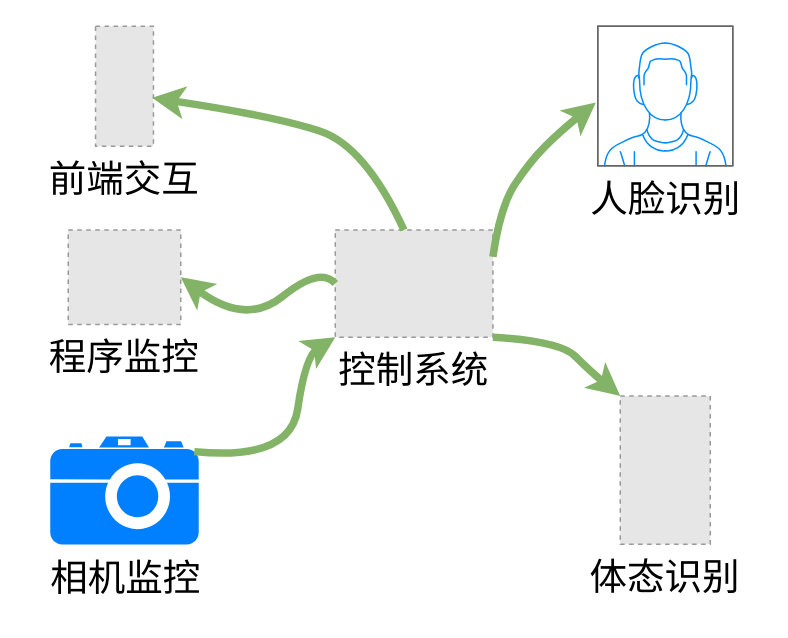
Above: 防沉迷系统开发.drawio in Afeather2017/Afeather-Flowcharts (draw.io), before the change. Source tidied: cells renumbered, new cells numbered last; positions are measured from the earlier drawing's top-left corner, leaving out a move shared by most shapes. Both pictures are drawn from the tidied source at 150%, with x=0, y=0 at pixel (50, 26). Pictures stored in the file or linked from it are replaced by grey dashed boxes.
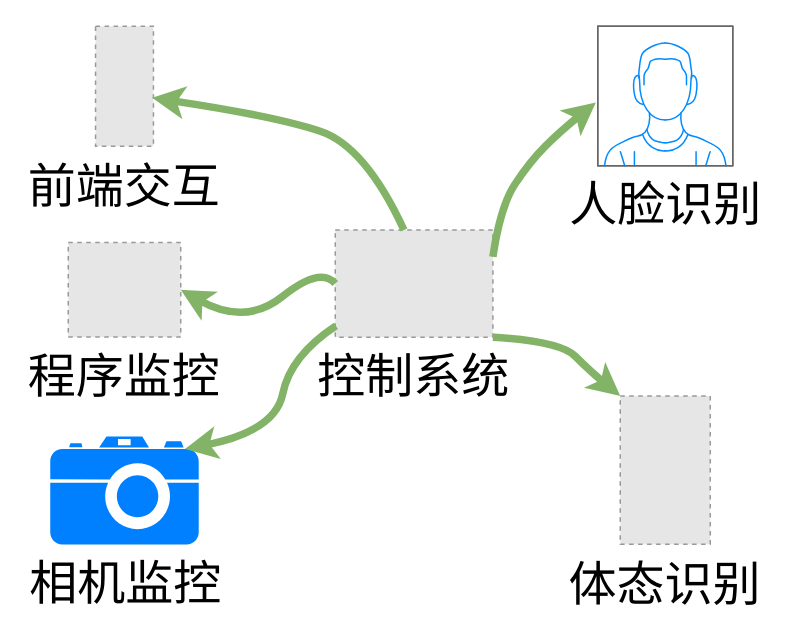
The same diagram, later.

Commit message (it also covers changes not shown here):
更新防沉迷系统开发.drawio

What changed in the source:
```diff
@@
-    <mxCell id="2" value="控制系统" style="fillColor=#E6E6E6;strokeColor=#999999;dashed=1;verticalLabelPosition=bottom;labelBackgroundColor=#ffffff;verticalAlign=top;fontSize=25;" parent="1" vertex="1">
+    <mxCell id="2" value="控制系统" style="fillColor=#E6E6E6;strokeColor=#999999;dashed=1;verticalLabelPosition=bottom;labelBackgroundColor=#ffffff;verticalAlign=top;fontSize=32;" parent="1" vertex="1">
       <mxGeometry x="190" y="135.8" width="105.1" height="71.5" as="geometry" />
     </mxCell>
-    <mxCell id="3" value="&lt;font style=&quot;font-size: 25px;&quot;&gt;相机监控&lt;/font&gt;" style="shape=mxgraph.signs.tech.camera_2;html=1;fillColor=#007FFF;strokeColor=none;verticalLabelPosition=bottom;verticalAlign=top;align=center;sketch=0;" parent="1" vertex="1">
+    <mxCell id="3" value="&lt;font style=&quot;font-size: 32px;&quot;&gt;相机监控&lt;/font&gt;" style="shape=mxgraph.signs.tech.camera_2;html=1;fillColor=#007FFF;strokeColor=none;verticalLabelPosition=bottom;verticalAlign=top;align=center;sketch=0;" parent="1" vertex="1">
       <mxGeometry y="273.5" width="99" height="72" as="geometry" />
     </mxCell>
-    <mxCell id="4" value="&lt;font style=&quot;font-size: 25px;&quot;&gt;人脸识别&lt;/font&gt;" style="verticalLabelPosition=bottom;shadow=0;dashed=0;align=center;html=1;verticalAlign=top;strokeWidth=1;shape=mxgraph.mockup.containers.userMale;strokeColor=#666666;strokeColor2=#008cff;" parent="1" vertex="1">
+    <mxCell id="4" value="&lt;font style=&quot;font-size: 32px;&quot;&gt;人脸识别&lt;/font&gt;" style="verticalLabelPosition=bottom;shadow=0;dashed=0;align=center;html=1;verticalAlign=top;strokeWidth=1;shape=mxgraph.mockup.containers.userMale;strokeColor=#666666;strokeColor2=#008cff;fontSize=32;" parent="1" vertex="1">
       <mxGeometry x="365" width="90" height="93" as="geometry" />
     </mxCell>
-    <mxCell id="5" value="体态识别" style="fillColor=#E6E6E6;strokeColor=#999999;dashed=1;verticalLabelPosition=bottom;labelBackgroundColor=#ffffff;verticalAlign=top;fontSize=25;" parent="1" vertex="1">
+    <mxCell id="5" value="体态识别" style="fillColor=#E6E6E6;strokeColor=#999999;dashed=1;verticalLabelPosition=bottom;labelBackgroundColor=#ffffff;verticalAlign=top;fontSize=32;" parent="1" vertex="1">
       <mxGeometry x="380" y="246.5" width="60" height="98.9" as="geometry" />
     </mxCell>
-    <mxCell id="6" value="前端交互" style="fillColor=#E6E6E6;strokeColor=#999999;dashed=1;verticalLabelPosition=bottom;labelBackgroundColor=#ffffff;verticalAlign=top;fontSize=25;" parent="1" vertex="1">
+    <mxCell id="6" value="前端交互" style="fillColor=#E6E6E6;strokeColor=#999999;dashed=1;verticalLabelPosition=bottom;labelBackgroundColor=#ffffff;verticalAlign=top;fontSize=32;" parent="1" vertex="1">
       <mxGeometry x="30.2" width="38.6" height="80" as="geometry" />
     </mxCell>
-    <mxCell id="7" value="程序监控" style="fillColor=#E6E6E6;strokeColor=#999999;dashed=1;verticalLabelPosition=bottom;labelBackgroundColor=#ffffff;verticalAlign=top;fontSize=25;" parent="1" vertex="1">
-      <mxGeometry x="12" y="135.8" width="75" height="63" as="geometry" />
+    <mxCell id="7" value="程序监控" style="fillColor=#E6E6E6;strokeColor=#999999;dashed=1;verticalLabelPosition=bottom;labelBackgroundColor=#ffffff;verticalAlign=top;fontSize=32;" parent="1" vertex="1">
+      <mxGeometry x="12" y="144.2" width="75" height="63" as="geometry" />
     </mxCell>
@@
-    <mxCell id="10" style="curved=1;endArrow=classic;html=1;rounded=0;exitX=0.97;exitY=0.14;exitDx=0;exitDy=0;exitPerimeter=0;entryX=0;entryY=1;entryDx=0;entryDy=0;strokeWidth=5;fillColor=#d5e8d4;strokeColor=#82b366;" parent="1" edge="1" source="3" target="2">
+    <mxCell id="10" style="curved=1;endArrow=classic;html=1;rounded=0;entryX=0.907;entryY=0.116;entryDx=0;entryDy=0;strokeWidth=5;fillColor=#d5e8d4;strokeColor=#82b366;entryPerimeter=0;exitX=0.004;exitY=0.895;exitDx=0;exitDy=0;exitPerimeter=0;" parent="1" edge="1" source="2" target="3">
       <mxGeometry relative="1" as="geometry">
         <Array as="points">
-          <mxPoint x="160" y="290" />
-          <mxPoint x="170" y="220" />
+          <mxPoint x="160" y="220" />
+          <mxPoint x="150" y="270" />
         </Array>
       </mxGeometry>
     </mxCell>
```
